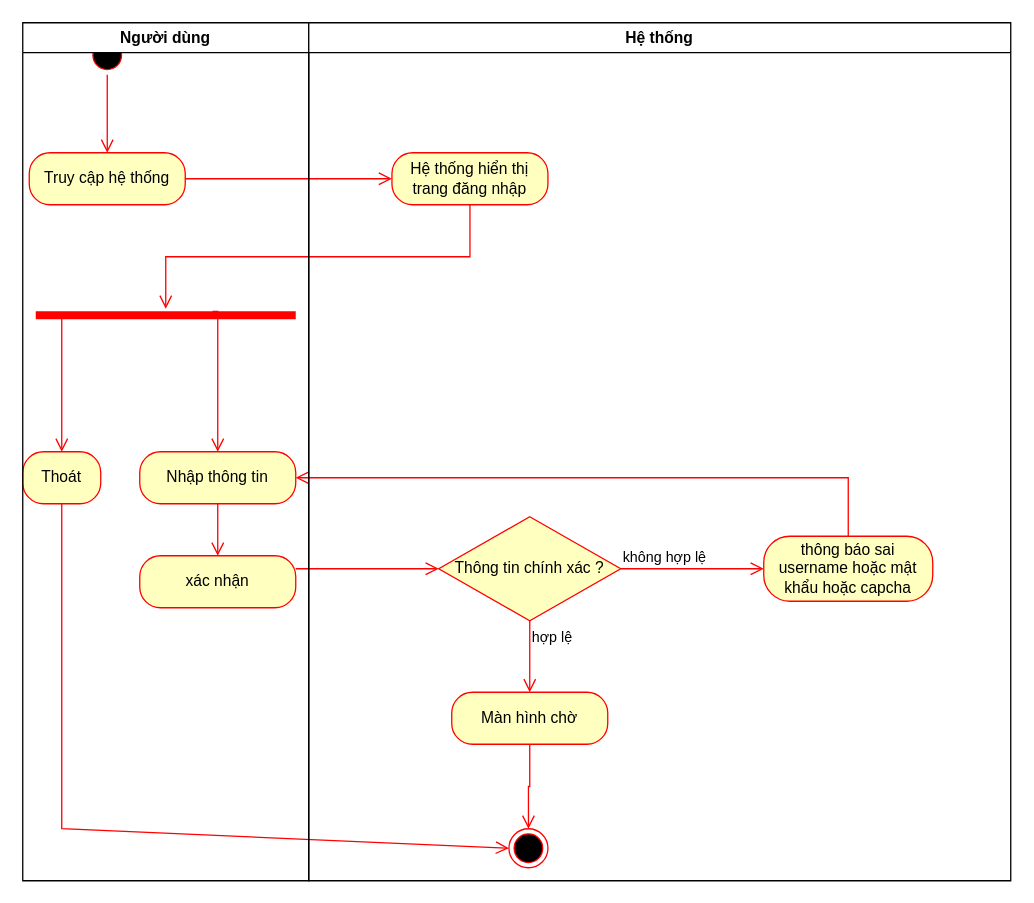
This is ACD_DangNhap.drawio from hoangda24312/Group4-DesigningSystem, a draw.io file, before an edit. Source tidied: cells renumbered, new cells numbered last; positions are measured from the earlier drawing's top-left corner, leaving out a move shared by most shapes. Both pictures are drawn from the tidied source at 130%, with x=0, y=0 at pixel (22, 22).
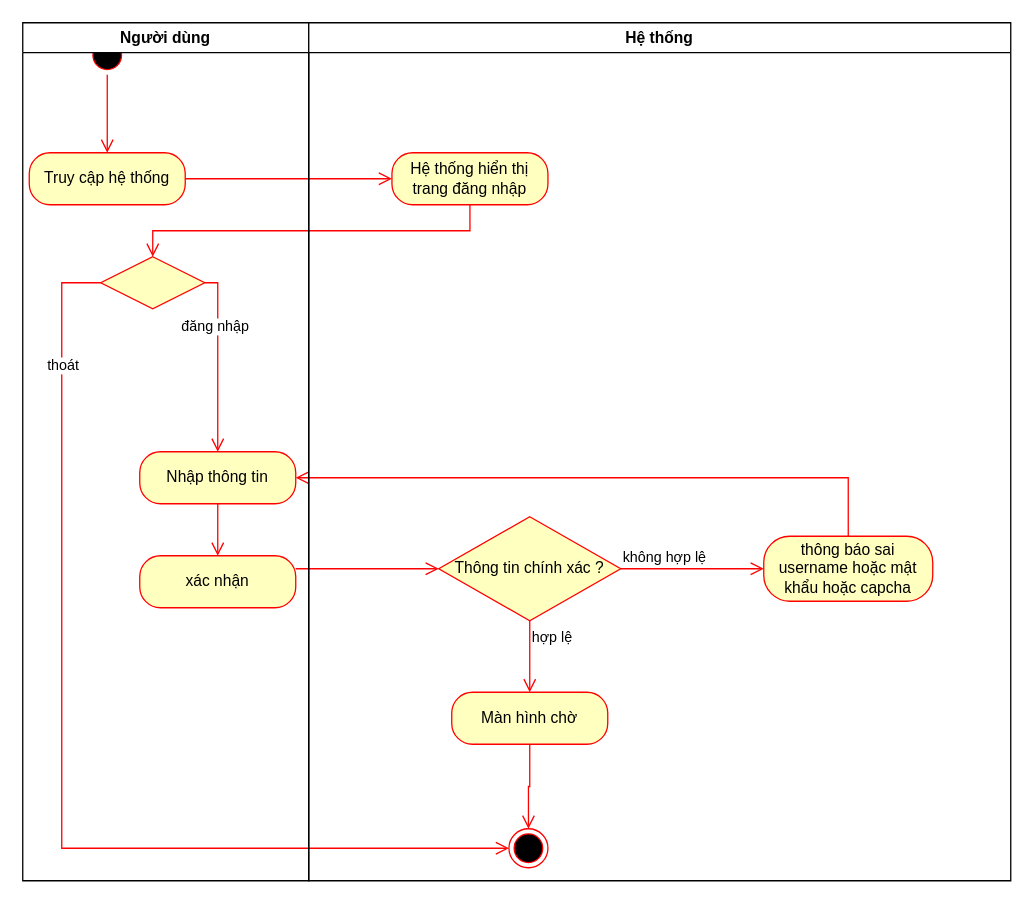
After the change.

The change refers to these unchanged cells:
```xml
<mxCell id="6" value="Hệ thống hiển thị trang đăng nhập" style="rounded=1;whiteSpace=wrap;html=1;arcSize=40;fontColor=#000000;fillColor=#ffffc0;strokeColor=#ff0000;" parent="1" vertex="1">
  <mxGeometry x="284" y="100" width="120" height="40" as="geometry" />
</mxCell>
<mxCell id="12" value="Nhập thông tin" style="rounded=1;whiteSpace=wrap;html=1;arcSize=40;fontColor=#000000;fillColor=#ffffc0;strokeColor=#ff0000;" parent="1" vertex="1">
  <mxGeometry x="90" y="330" width="120" height="40" as="geometry" />
</mxCell>
<mxCell id="21" style="ellipse;html=1;shape=endState;fillColor=#000000;strokeColor=#ff0000;" parent="1" vertex="1">
  <mxGeometry x="374" y="620" width="30" height="30" as="geometry" />
</mxCell>
<mxCell id="25" value="Người dùng" style="swimlane;whiteSpace=wrap;html=1;" parent="1" vertex="1">
  <mxGeometry width="220" height="660" as="geometry" />
</mxCell>
```

Diff of the diagram source:
```diff
@@
-    <mxCell id="7" style="shape=line;html=1;strokeWidth=6;strokeColor=#ff0000;" parent="1" vertex="1">
-      <mxGeometry x="10" y="220" width="200" height="10" as="geometry" />
-    </mxCell>
-    <mxCell id="8" style="edgeStyle=orthogonalEdgeStyle;html=1;verticalAlign=bottom;endArrow=open;endSize=8;strokeColor=#ff0000;rounded=0;exitX=0.68;exitY=0.2;exitDx=0;exitDy=0;exitPerimeter=0;entryX=0.5;entryY=0;entryDx=0;entryDy=0;" parent="1" edge="1" source="7" target="12">
-      <mxGeometry relative="1" as="geometry">
-        <Array as="points">
-          <mxPoint x="150" y="222" />
-        </Array>
-      </mxGeometry>
+    <mxCell id="8" style="html=1;verticalAlign=bottom;endArrow=open;endSize=8;strokeColor=#ff0000;rounded=0;exitX=1;exitY=0.5;exitDx=0;exitDy=0;entryX=0.5;entryY=0;entryDx=0;entryDy=0;edgeStyle=orthogonalEdgeStyle;" parent="1" edge="1" source="29" target="12">
+      <mxGeometry relative="1" as="geometry" />
     </mxCell>
+    <mxCell id="27" value="đăng nhập" style="edgeLabel;html=1;align=center;verticalAlign=middle;" parent="8" vertex="1">
+      <mxGeometry x="-0.39" y="-3" relative="1" as="geometry" />
+    </mxCell>
-    <mxCell id="9" style="edgeStyle=orthogonalEdgeStyle;html=1;verticalAlign=bottom;endArrow=open;endSize=8;strokeColor=#ff0000;rounded=0;exitX=0.5;exitY=1;exitDx=0;exitDy=0;" parent="1" edge="1" source="6" target="7">
+    <mxCell id="9" style="edgeStyle=orthogonalEdgeStyle;html=1;verticalAlign=bottom;endArrow=open;endSize=8;strokeColor=#ff0000;rounded=0;exitX=0.5;exitY=1;exitDx=0;exitDy=0;entryX=0.5;entryY=0;entryDx=0;entryDy=0;" parent="1" edge="1" source="6" target="29">
       <mxGeometry relative="1" as="geometry" />
     </mxCell>
-    <mxCell id="10" value="Thoát" style="rounded=1;whiteSpace=wrap;html=1;arcSize=40;fontColor=#000000;fillColor=#ffffc0;strokeColor=#ff0000;" parent="1" vertex="1">
-      <mxGeometry y="330" width="60" height="40" as="geometry" />
-    </mxCell>
-    <mxCell id="11" style="edgeStyle=orthogonalEdgeStyle;html=1;verticalAlign=bottom;endArrow=open;endSize=8;strokeColor=#ff0000;rounded=0;exitX=0.09;exitY=0.6;exitDx=0;exitDy=0;exitPerimeter=0;entryX=0.5;entryY=0;entryDx=0;entryDy=0;" parent="1" edge="1" source="7" target="10">
-      <mxGeometry relative="1" as="geometry">
-        <Array as="points">
-          <mxPoint x="30" y="226" />
-        </Array>
-      </mxGeometry>
-    </mxCell>
@@
-    <mxCell id="24" style="html=1;verticalAlign=bottom;endArrow=open;endSize=8;strokeColor=#ff0000;rounded=0;exitX=0.5;exitY=1;exitDx=0;exitDy=0;entryX=0;entryY=0.5;entryDx=0;entryDy=0;" parent="1" edge="1" source="10" target="21">
+    <mxCell id="24" style="html=1;verticalAlign=bottom;endArrow=open;endSize=8;strokeColor=#ff0000;rounded=0;exitX=0;exitY=0.5;exitDx=0;exitDy=0;entryX=0;entryY=0.5;entryDx=0;entryDy=0;edgeStyle=orthogonalEdgeStyle;" parent="1" edge="1" source="29" target="21">
       <mxGeometry relative="1" as="geometry">
         <Array as="points">
-          <mxPoint x="30" y="620" />
+          <mxPoint x="30" y="200" />
+          <mxPoint x="30" y="635" />
         </Array>
       </mxGeometry>
     </mxCell>
+    <mxCell id="28" value="thoát" style="edgeLabel;html=1;align=center;verticalAlign=middle;" parent="24" vertex="1">
+      <mxGeometry x="-0.77" relative="1" as="geometry" />
+    </mxCell>
@@
+    <mxCell id="29" style="rhombus;whiteSpace=wrap;html=1;fontColor=#000000;fillColor=#ffffc0;strokeColor=#ff0000;" parent="25" vertex="1">
+      <mxGeometry x="60" y="180" width="80" height="40" as="geometry" />
+    </mxCell>
```
